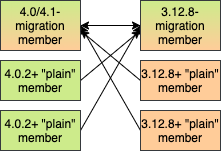
This is src/docs/asciidoc/images/migration-scenario3.png from hazelcast/hazelcast-reference-manual, a draw.io export, as it was before one commit. Source tidied: cells renumbered, new cells last; positions are measured from the earlier drawing's top-left corner, leaving out a move shared by most shapes. Source of this version:
```xml
<mxGraphModel>
  <root>
    <mxCell id="0" />
    <mxCell id="1" parent="0" />
    <mxCell id="2" style="edgeStyle=none;rounded=0;jettySize=auto;html=1;exitX=1;exitY=0.5;exitDx=0;exitDy=0;entryX=0;entryY=0.5;entryDx=0;entryDy=0;" parent="1" edge="1" source="3" target="11">
      <mxGeometry relative="1" as="geometry" />
    </mxCell>
    <mxCell id="3" value="4.0/4.1-migration member" style="rounded=0;whiteSpace=wrap;html=1;fillColor=#cdeb8b;strokeColor=#36393d;shadow=0;glass=0;comic=0;gradientColor=#FFCC99;" parent="1" vertex="1">
      <mxGeometry width="80" height="50" as="geometry" />
    </mxCell>
    <mxCell id="4" style="edgeStyle=none;rounded=0;jettySize=auto;html=1;exitX=1;exitY=0.5;exitDx=0;exitDy=0;" parent="1" edge="1" source="5">
      <mxGeometry relative="1" as="geometry">
        <mxPoint x="140" y="30" as="targetPoint" />
      </mxGeometry>
    </mxCell>
    <mxCell id="5" value="4.0.2+ &quot;plain&quot; member" style="rounded=0;whiteSpace=wrap;html=1;fillColor=#cdeb8b;strokeColor=#36393d;shadow=0;glass=0;comic=0;gradientColor=none;" parent="1" vertex="1">
      <mxGeometry y="60" width="80" height="40" as="geometry" />
    </mxCell>
    <mxCell id="6" style="edgeStyle=none;rounded=0;jettySize=auto;html=1;exitX=1;exitY=0.5;exitDx=0;exitDy=0;entryX=0;entryY=0.5;entryDx=0;entryDy=0;" parent="1" edge="1" source="7" target="11">
      <mxGeometry relative="1" as="geometry" />
    </mxCell>
    <mxCell id="7" value="4.0.2+ &quot;plain&quot; member" style="rounded=0;whiteSpace=wrap;html=1;fillColor=#cdeb8b;strokeColor=#36393d;shadow=0;glass=0;comic=0;gradientColor=none;" parent="1" vertex="1">
      <mxGeometry y="110" width="80" height="40" as="geometry" />
    </mxCell>
    <mxCell id="8" style="edgeStyle=none;rounded=0;jettySize=auto;html=1;exitX=0;exitY=0.5;exitDx=0;exitDy=0;" parent="1" edge="1" source="9">
      <mxGeometry relative="1" as="geometry">
        <mxPoint x="80" y="30" as="targetPoint" />
      </mxGeometry>
    </mxCell>
    <mxCell id="9" value="3.12.8+ &quot;plain&quot; member" style="rounded=0;whiteSpace=wrap;html=1;fillColor=#ffcc99;strokeColor=#36393d;gradientColor=none;" parent="1" vertex="1">
      <mxGeometry x="140" y="60" width="80" height="40" as="geometry" />
    </mxCell>
    <mxCell id="10" style="edgeStyle=none;rounded=0;jettySize=auto;html=1;exitX=0;exitY=0.5;exitDx=0;exitDy=0;" parent="1" edge="1" source="11">
      <mxGeometry relative="1" as="geometry">
        <mxPoint x="80" y="25" as="targetPoint" />
      </mxGeometry>
    </mxCell>
    <mxCell id="11" value="3.12.8-migration member" style="rounded=0;whiteSpace=wrap;html=1;fillColor=#cdeb8b;strokeColor=#36393d;shadow=0;glass=0;comic=0;gradientColor=#FFCC99;" parent="1" vertex="1">
      <mxGeometry x="140" width="80" height="50" as="geometry" />
    </mxCell>
    <mxCell id="12" style="edgeStyle=none;rounded=0;jettySize=auto;html=1;exitX=0;exitY=0.5;exitDx=0;exitDy=0;entryX=1;entryY=0.5;entryDx=0;entryDy=0;" parent="1" edge="1" source="13" target="3">
      <mxGeometry relative="1" as="geometry" />
    </mxCell>
    <mxCell id="13" value="3.12.8+ &quot;plain&quot; member" style="rounded=0;whiteSpace=wrap;html=1;fillColor=#ffcc99;strokeColor=#36393d;gradientColor=none;" parent="1" vertex="1">
      <mxGeometry x="140" y="110" width="80" height="40" as="geometry" />
    </mxCell>
  </root>
</mxGraphModel>
```
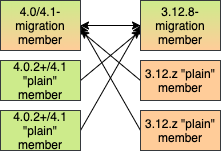
The same file after the commit.

Commit message:
Minor changes on restrictions of migration tool

Change to the diagram source:
```diff
@@ -13,13 +13,13 @@
         <mxPoint x="140" y="30" as="targetPoint" />
       </mxGeometry>
     </mxCell>
-    <mxCell id="5" value="4.0.2+ &quot;plain&quot; member" style="rounded=0;whiteSpace=wrap;html=1;fillColor=#cdeb8b;strokeColor=#36393d;shadow=0;glass=0;comic=0;gradientColor=none;" parent="1" vertex="1">
+    <mxCell id="5" value="4.0.2+/4.1 &quot;plain&quot; member" style="rounded=0;whiteSpace=wrap;html=1;fillColor=#cdeb8b;strokeColor=#36393d;shadow=0;glass=0;comic=0;gradientColor=none;" parent="1" vertex="1">
       <mxGeometry y="60" width="80" height="40" as="geometry" />
     </mxCell>
     <mxCell id="6" style="edgeStyle=none;rounded=0;jettySize=auto;html=1;exitX=1;exitY=0.5;exitDx=0;exitDy=0;entryX=0;entryY=0.5;entryDx=0;entryDy=0;" parent="1" edge="1" source="7" target="11">
       <mxGeometry relative="1" as="geometry" />
     </mxCell>
-    <mxCell id="7" value="4.0.2+ &quot;plain&quot; member" style="rounded=0;whiteSpace=wrap;html=1;fillColor=#cdeb8b;strokeColor=#36393d;shadow=0;glass=0;comic=0;gradientColor=none;" parent="1" vertex="1">
+    <mxCell id="7" value="4.0.2+/4.1 &quot;plain&quot; member" style="rounded=0;whiteSpace=wrap;html=1;fillColor=#cdeb8b;strokeColor=#36393d;shadow=0;glass=0;comic=0;gradientColor=none;" parent="1" vertex="1">
       <mxGeometry y="110" width="80" height="40" as="geometry" />
     </mxCell>
     <mxCell id="8" style="edgeStyle=none;rounded=0;jettySize=auto;html=1;exitX=0;exitY=0.5;exitDx=0;exitDy=0;" parent="1" edge="1" source="9">
@@ -27,7 +27,7 @@
         <mxPoint x="80" y="30" as="targetPoint" />
       </mxGeometry>
     </mxCell>
-    <mxCell id="9" value="3.12.8+ &quot;plain&quot; member" style="rounded=0;whiteSpace=wrap;html=1;fillColor=#ffcc99;strokeColor=#36393d;gradientColor=none;" parent="1" vertex="1">
+    <mxCell id="9" value="3.12.z &quot;plain&quot; member" style="rounded=0;whiteSpace=wrap;html=1;fillColor=#ffcc99;strokeColor=#36393d;gradientColor=none;" parent="1" vertex="1">
       <mxGeometry x="140" y="60" width="80" height="40" as="geometry" />
     </mxCell>
     <mxCell id="10" style="edgeStyle=none;rounded=0;jettySize=auto;html=1;exitX=0;exitY=0.5;exitDx=0;exitDy=0;" parent="1" edge="1" source="11">
@@ -41,7 +41,7 @@
     <mxCell id="12" style="edgeStyle=none;rounded=0;jettySize=auto;html=1;exitX=0;exitY=0.5;exitDx=0;exitDy=0;entryX=1;entryY=0.5;entryDx=0;entryDy=0;" parent="1" edge="1" source="13" target="3">
       <mxGeometry relative="1" as="geometry" />
     </mxCell>
-    <mxCell id="13" value="3.12.8+ &quot;plain&quot; member" style="rounded=0;whiteSpace=wrap;html=1;fillColor=#ffcc99;strokeColor=#36393d;gradientColor=none;" parent="1" vertex="1">
+    <mxCell id="13" value="3.12.z &quot;plain&quot; member" style="rounded=0;whiteSpace=wrap;html=1;fillColor=#ffcc99;strokeColor=#36393d;gradientColor=none;" parent="1" vertex="1">
       <mxGeometry x="140" y="110" width="80" height="40" as="geometry" />
     </mxCell>
   </root>
```
